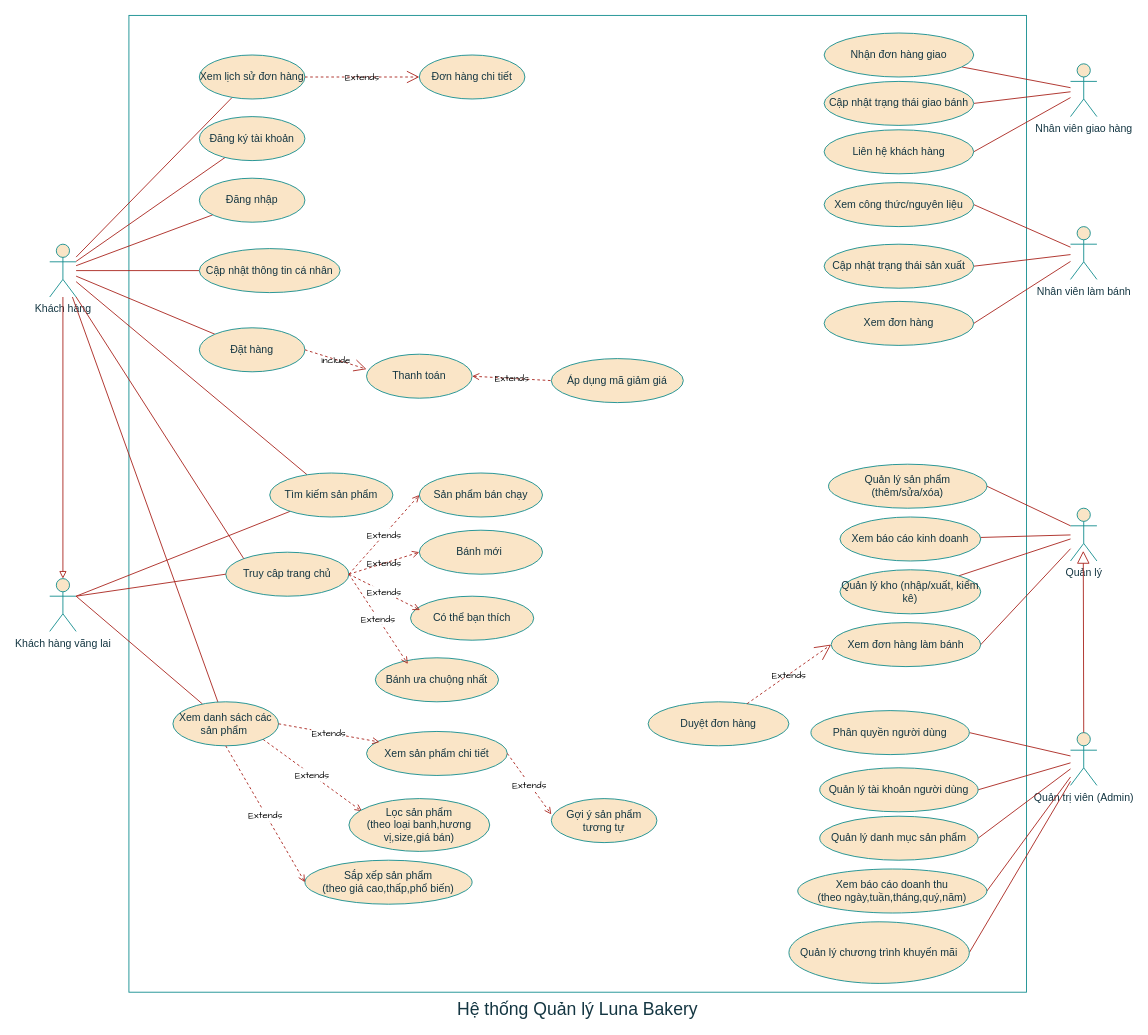
The draw.io diagram Sơ đồ/UseCaseBakeryLuna.diagram.drawio in Thong5279/LunaBakeryDeploy, before the edit. Source tidied: cells renumbered, new cells numbered last; positions are measured from the earlier drawing's top-left corner, leaving out a move shared by most shapes. Both pictures are drawn from the tidied source at 88%, with x=0, y=0 at pixel (49, 15).
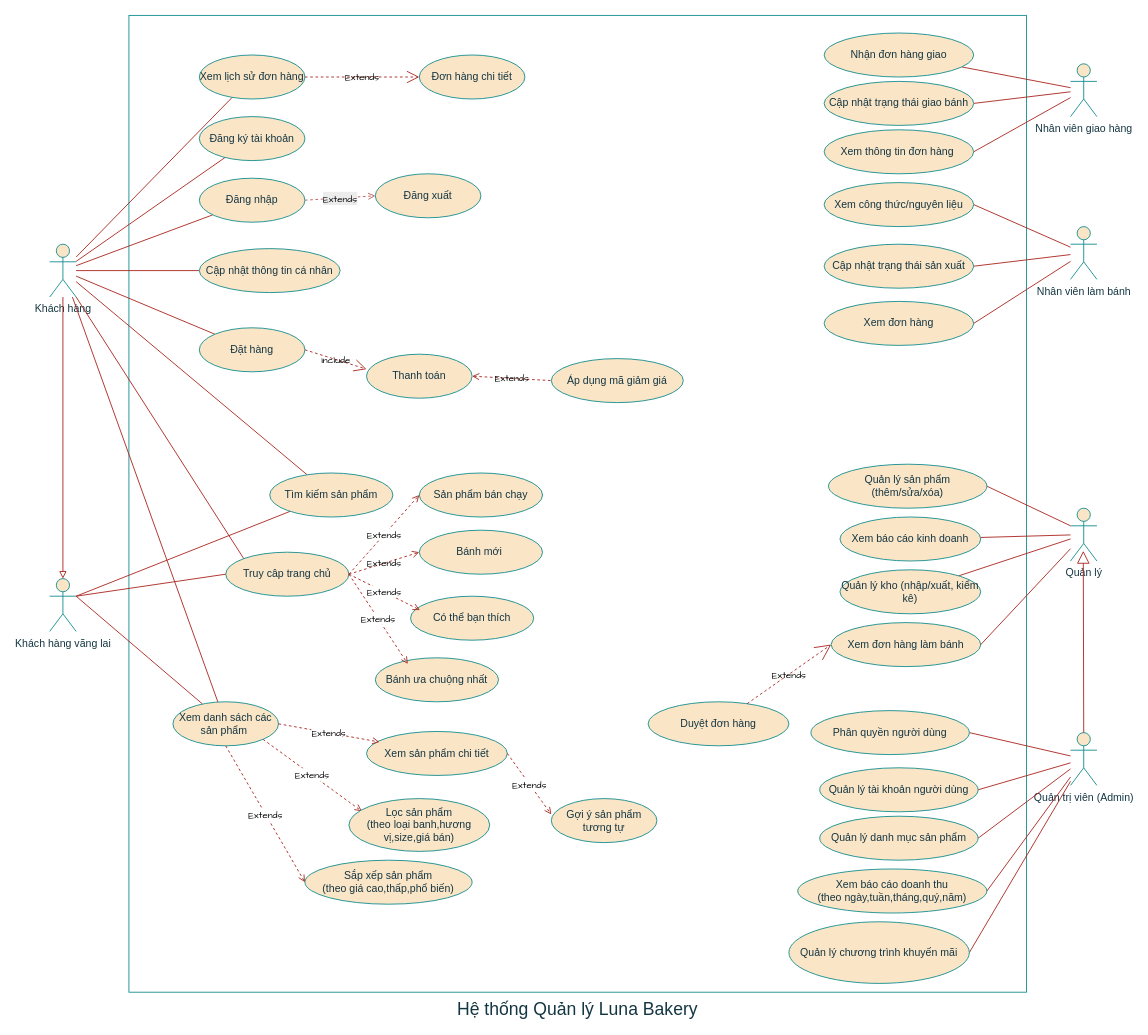
Above is the later version.

The change refers to these unchanged cells:
```xml
<mxCell id="54" value="Đăng nhập" style="ellipse;whiteSpace=wrap;html=1;labelBackgroundColor=none;fillColor=#FAE5C7;strokeColor=#0F8B8D;fontColor=#143642;" parent="1" vertex="1">
  <mxGeometry x="170" y="185" width="120" height="50" as="geometry" />
</mxCell>
```

Diff of the diagram source:
```diff
@@
-    <mxCell id="37" value="Liên hệ khách hàng" style="ellipse;whiteSpace=wrap;html=1;labelBackgroundColor=none;fillColor=#FAE5C7;strokeColor=#0F8B8D;fontColor=#143642;" parent="1" vertex="1">
+    <mxCell id="37" value="Xem thông tin đơn hàng&amp;nbsp;" style="ellipse;whiteSpace=wrap;html=1;labelBackgroundColor=none;fillColor=#FAE5C7;strokeColor=#0F8B8D;fontColor=#143642;" parent="1" vertex="1">
       <mxGeometry x="880" y="130" width="170" height="50" as="geometry" />
     </mxCell>
@@
+    <mxCell id="84" value="&lt;span style=&quot;color: rgb(0, 0, 0); font-family: &amp;quot;Architects Daughter&amp;quot;; font-size: 11px; font-style: normal; font-variant-ligatures: normal; font-variant-caps: normal; font-weight: 400; letter-spacing: normal; orphans: 2; text-align: center; text-indent: 0px; text-transform: none; widows: 2; word-spacing: 0px; -webkit-text-stroke-width: 0px; white-space: nowrap; background-color: rgb(236, 236, 236); text-decoration-thickness: initial; text-decoration-style: initial; text-decoration-color: initial; display: inline !important; float: none;&quot;&gt;Extends&lt;/span&gt;" style="rounded=0;jettySize=auto;html=1;exitX=1;exitY=0.5;exitDx=0;exitDy=0;entryX=0;entryY=0.5;entryDx=0;entryDy=0;fillColor=#f8cecc;strokeColor=#b85450;dashed=1;endArrow=open;endFill=0;" parent="1" edge="1" source="54" target="85">
+      <mxGeometry relative="1" as="geometry" />
+    </mxCell>
@@
+    <mxCell id="85" value="Đăng xuất" style="ellipse;whiteSpace=wrap;html=1;labelBackgroundColor=none;fillColor=#FAE5C7;strokeColor=#0F8B8D;fontColor=#143642;" parent="1" vertex="1">
+      <mxGeometry x="370" y="180" width="120" height="50" as="geometry" />
+    </mxCell>
```
